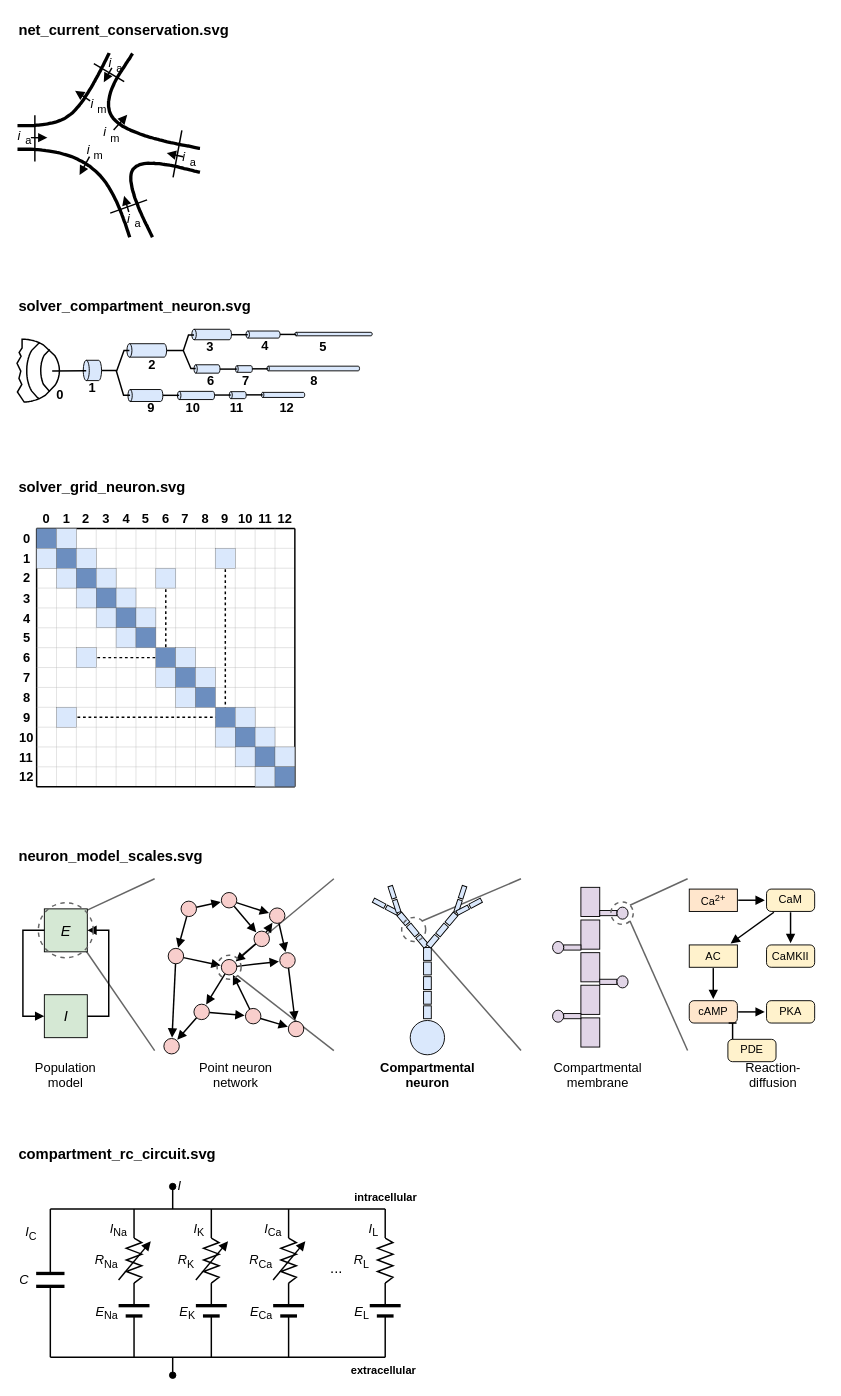
Above: assets/neuron-electrical-activity/neuron-electrical-activity.drawio in brunomaga/brunomaga.github.io (draw.io), before the change. Source tidied: cells renumbered, new cells numbered last; positions are measured from the earlier drawing's top-left corner, leaving out a move shared by most shapes. Both pictures are drawn from the tidied source at 92%, with x=0, y=0 at pixel (16, 16).
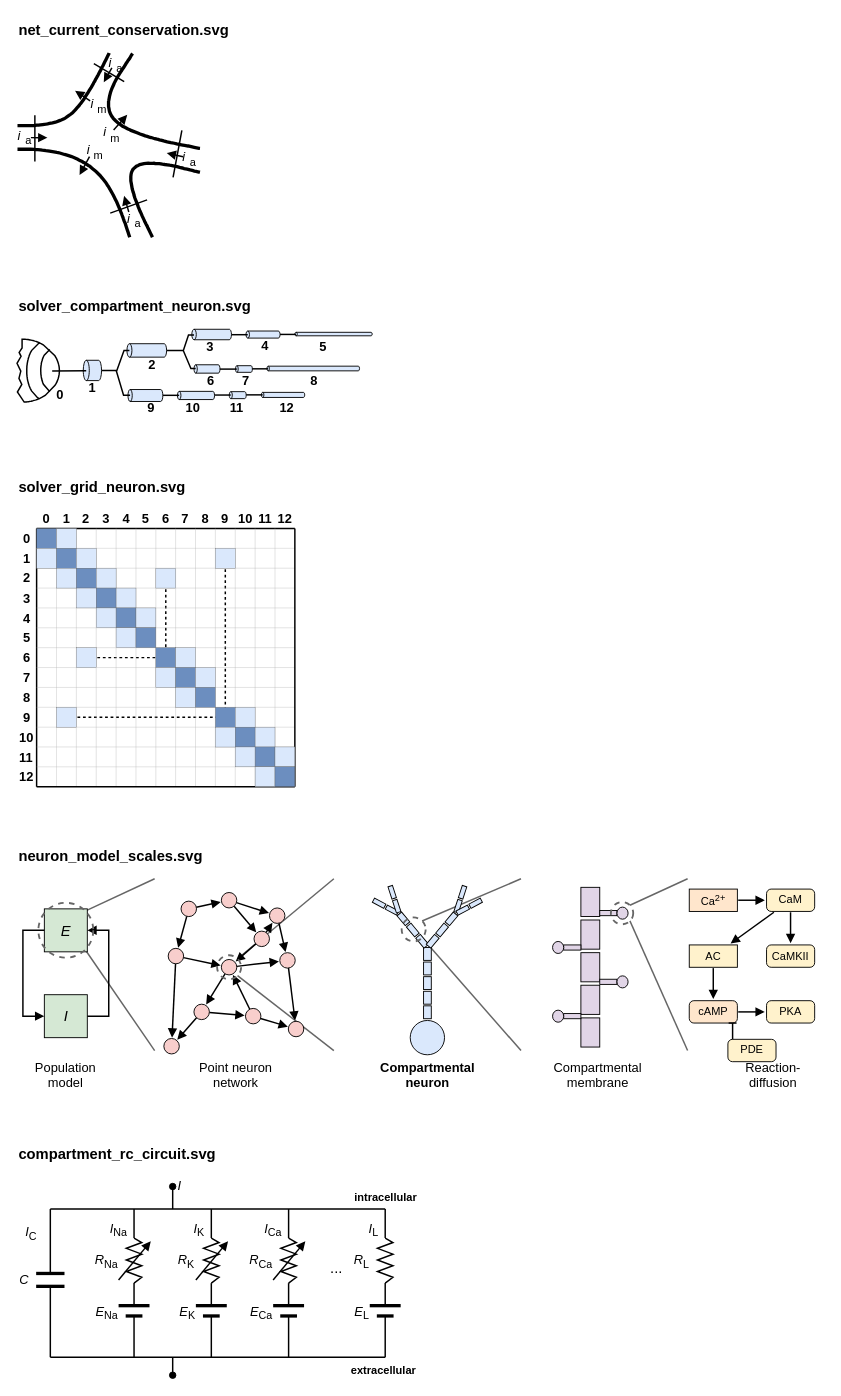
The same diagram, later.

The change refers to these unchanged cells:
```xml
<mxCell id="166" style="group;fontFamily=Source Sans 3;" parent="1" vertex="1">
  <mxGeometry x="1" y="937.7" width="878" height="224.1" as="geometry" />
</mxCell>
```

The edit, as a diff of the source:
```diff
@@
-    <mxCell id="252" style="ellipse;whiteSpace=wrap;html=1;fillColor=none;strokeColor=#666666;strokeWidth=1.6;dashed=1;fontFamily=Source Sans 3;" parent="166" vertex="1">
+    <mxCell id="252" style="ellipse;whiteSpace=wrap;html=1;fillColor=none;strokeColor=#666666;strokeWidth=2.0;dashed=1;fontFamily=Source Sans 3;" parent="166" vertex="1">
       <mxGeometry x="23.2" y="26.1" width="59.7" height="59.7" as="geometry" />
     </mxCell>
-    <mxCell id="253" style="ellipse;whiteSpace=wrap;html=1;fillColor=none;strokeColor=#666666;strokeWidth=1.6;dashed=1;fontFamily=Source Sans 3;" parent="166" vertex="1">
+    <mxCell id="253" style="ellipse;whiteSpace=wrap;html=1;fillColor=none;strokeColor=#666666;strokeWidth=2.0;dashed=1;fontFamily=Source Sans 3;" parent="166" vertex="1">
       <mxGeometry x="217.5" y="83.1" width="26.1" height="26.1" as="geometry" />
     </mxCell>
-    <mxCell id="254" style="ellipse;whiteSpace=wrap;html=1;fillColor=none;strokeColor=#666666;strokeWidth=1.6;dashed=1;fontFamily=Source Sans 3;" parent="166" vertex="1">
+    <mxCell id="254" style="ellipse;whiteSpace=wrap;html=1;fillColor=none;strokeColor=#666666;strokeWidth=2.0;dashed=1;fontFamily=Source Sans 3;" parent="166" vertex="1">
       <mxGeometry x="418.1" y="42" width="26.1" height="26.1" as="geometry" />
     </mxCell>
-    <mxCell id="255" style="ellipse;whiteSpace=wrap;html=1;fillColor=none;strokeColor=#666666;strokeWidth=1.6;dashed=1;fontFamily=Source Sans 3;" parent="166" vertex="1">
+    <mxCell id="255" style="ellipse;whiteSpace=wrap;html=1;fillColor=none;strokeColor=#666666;strokeWidth=2.0;dashed=1;fontFamily=Source Sans 3;" parent="166" vertex="1">
       <mxGeometry x="645.5" y="25.2" width="24.3" height="24.3" as="geometry" />
     </mxCell>
```
